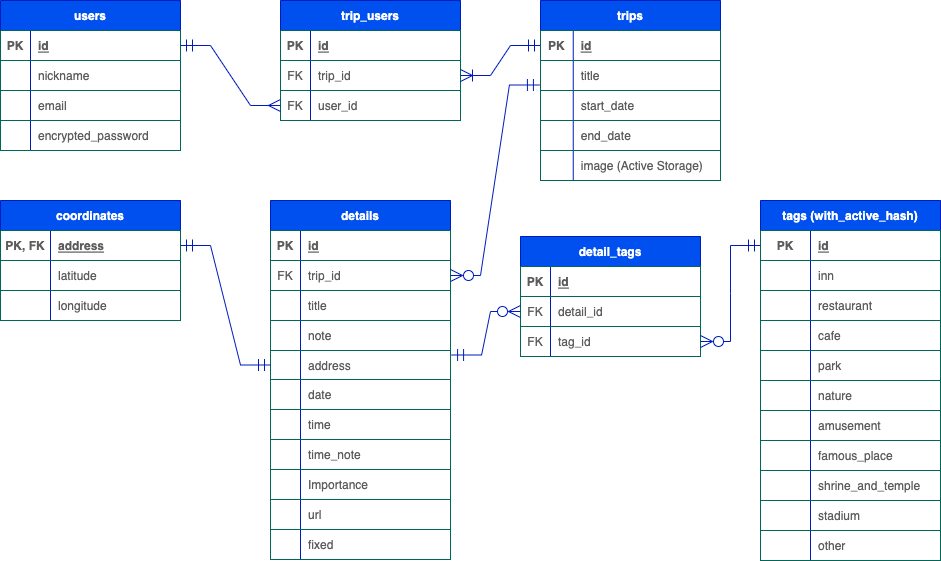
Above: er.png in satomi46/trip_maker (draw.io), before the change. Source tidied: cells renumbered, new cells last; positions are measured from the earlier drawing's top-left corner, leaving out a move shared by most shapes.
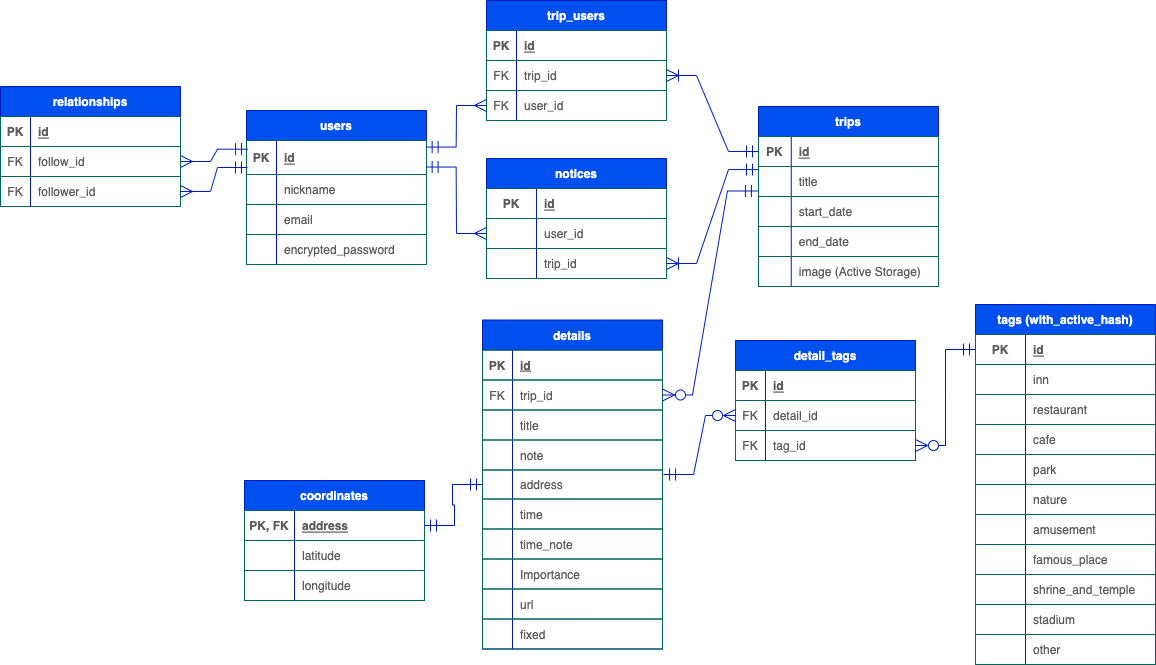
The same diagram one commit later.

Commit message:
noticesモデルの作成とリレーションの記述、ER図の修正

What changed in the source:
```diff
@@ -5,15 +5,15 @@
     <mxCell id="2" value="users" style="shape=table;startSize=30;rowLines=0;fontStyle=1;align=center;rounded=0;fillColor=#0050ef;strokeColor=#001DBC;fontColor=#ffffff;fixDash=0;" parent="1" vertex="1">
-      <mxGeometry width="180" height="150" as="geometry" />
+      <mxGeometry x="206" y="82" width="180" height="154" as="geometry" />
     </mxCell>
     <mxCell id="3" style="shape=tableRow;horizontal=0;startSize=0;swimlaneHead=0;swimlaneBody=0;fillColor=none;points=[[0,0.5],[1,0.5]];portConstraint=eastwest;top=0;left=0;right=0;bottom=1;rounded=0;strokeColor=#006658;fontColor=#5C5C5C;" parent="2" vertex="1">
-      <mxGeometry y="30" width="180" height="30" as="geometry" />
+      <mxGeometry y="30" width="180" height="34" as="geometry" />
     </mxCell>
     <mxCell id="4" value="PK" style="shape=partialRectangle;fillColor=none;top=0;left=0;bottom=0;right=0;fontStyle=1;overflow=hidden;rounded=0;strokeColor=#006658;fontColor=#5C5C5C;" parent="3" vertex="1">
-      <mxGeometry width="30" height="30" as="geometry" />
+      <mxGeometry width="30" height="34" as="geometry" />
     </mxCell>
     <mxCell id="5" value="id" style="shape=partialRectangle;fillColor=none;top=0;left=0;bottom=0;right=0;align=left;spacingLeft=6;fontStyle=5;overflow=hidden;rounded=0;strokeColor=#006658;fontColor=#5C5C5C;" parent="3" vertex="1">
-      <mxGeometry x="30" width="150" height="30" as="geometry" />
+      <mxGeometry x="30" width="150" height="34" as="geometry" />
     </mxCell>
     <mxCell id="6" style="shape=tableRow;horizontal=0;startSize=0;swimlaneHead=0;swimlaneBody=0;fillColor=none;top=0;left=0;right=0;bottom=0;rounded=0;strokeColor=#006658;fontColor=#5C5C5C;" parent="2" vertex="1">
-      <mxGeometry y="60" width="180" height="30" as="geometry" />
+      <mxGeometry y="64" width="180" height="30" as="geometry" />
     </mxCell>
@@ -26,3 +26,3 @@
     <mxCell id="9" style="shape=tableRow;horizontal=0;startSize=0;swimlaneHead=0;swimlaneBody=0;fillColor=none;top=0;left=0;right=0;bottom=0;rounded=0;strokeColor=#006658;fontColor=#5C5C5C;" parent="2" vertex="1">
-      <mxGeometry y="90" width="180" height="30" as="geometry" />
+      <mxGeometry y="94" width="180" height="30" as="geometry" />
     </mxCell>
@@ -35,3 +35,3 @@
     <mxCell id="12" style="shape=tableRow;horizontal=0;startSize=0;swimlaneHead=0;swimlaneBody=0;fillColor=none;top=0;left=0;right=0;bottom=0;rounded=0;strokeColor=#006658;fontColor=#5C5C5C;" parent="2" vertex="1">
-      <mxGeometry y="120" width="180" height="30" as="geometry" />
+      <mxGeometry y="124" width="180" height="30" as="geometry" />
     </mxCell>
@@ -44,3 +44,3 @@
     <mxCell id="15" value="trips" style="shape=table;startSize=30;rowLines=0;fontStyle=1;align=center;rounded=0;fillColor=#0050ef;strokeColor=#001DBC;fontColor=#ffffff;fixDash=0;" parent="1" vertex="1">
-      <mxGeometry x="540" width="180" height="180" as="geometry" />
+      <mxGeometry x="718" y="78" width="180" height="180" as="geometry" />
     </mxCell>
@@ -92,3 +92,3 @@
     <mxCell id="31" value="detail_tags" style="shape=table;startSize=30;rowLines=0;fontStyle=1;align=center;rounded=0;fillColor=#0050ef;strokeColor=#001DBC;fontColor=#ffffff;fixDash=0;" parent="1" vertex="1">
-      <mxGeometry x="520" y="236" width="180" height="120" as="geometry" />
+      <mxGeometry x="695" y="312" width="180" height="120" as="geometry" />
     </mxCell>
@@ -122,3 +122,3 @@
     <mxCell id="41" value="details" style="shape=table;startSize=30;rowLines=0;fontStyle=1;align=center;rounded=0;fillColor=#0050ef;strokeColor=#001DBC;fontColor=#ffffff;fixDash=0;" parent="1" vertex="1">
-      <mxGeometry x="270" y="200" width="180" height="359" as="geometry" />
+      <mxGeometry x="442" y="291.5" width="180" height="329" as="geometry" />
     </mxCell>
@@ -169,13 +169,4 @@
     </mxCell>
-    <mxCell id="57" style="shape=tableRow;horizontal=0;startSize=0;swimlaneHead=0;swimlaneBody=0;fillColor=none;top=0;left=0;right=0;bottom=0;rounded=0;strokeColor=#006658;fontColor=#5C5C5C;" parent="41" vertex="1">
-      <mxGeometry y="179" width="180" height="30" as="geometry" />
-    </mxCell>
-    <mxCell id="58" style="shape=partialRectangle;fillColor=none;top=0;left=0;bottom=0;right=0;overflow=hidden;rounded=0;strokeColor=#006658;fontColor=#5C5C5C;" parent="57" vertex="1">
-      <mxGeometry width="30" height="30" as="geometry" />
-    </mxCell>
-    <mxCell id="59" value="date" style="shape=partialRectangle;fillColor=none;top=0;left=0;bottom=0;right=0;align=left;spacingLeft=6;overflow=hidden;rounded=0;strokeColor=#006658;fontColor=#5C5C5C;" parent="57" vertex="1">
-      <mxGeometry x="30" width="150" height="30" as="geometry" />
-    </mxCell>
     <mxCell id="60" style="shape=tableRow;horizontal=0;startSize=0;swimlaneHead=0;swimlaneBody=0;fillColor=none;top=0;left=0;right=0;bottom=0;rounded=0;strokeColor=#006658;fontColor=#5C5C5C;" parent="41" vertex="1">
-      <mxGeometry y="209" width="180" height="30" as="geometry" />
+      <mxGeometry y="179" width="180" height="30" as="geometry" />
     </mxCell>
@@ -188,3 +179,3 @@
     <mxCell id="63" style="shape=tableRow;horizontal=0;startSize=0;swimlaneHead=0;swimlaneBody=0;fillColor=none;top=0;left=0;right=0;bottom=0;rounded=0;strokeColor=#006658;fontColor=#5C5C5C;" parent="41" vertex="1">
-      <mxGeometry y="239" width="180" height="30" as="geometry" />
+      <mxGeometry y="209" width="180" height="30" as="geometry" />
     </mxCell>
@@ -197,3 +188,3 @@
     <mxCell id="66" style="shape=tableRow;horizontal=0;startSize=0;swimlaneHead=0;swimlaneBody=0;fillColor=none;top=0;left=0;right=0;bottom=0;rounded=0;strokeColor=#006658;fontColor=#5C5C5C;" parent="41" vertex="1">
-      <mxGeometry y="269" width="180" height="30" as="geometry" />
+      <mxGeometry y="239" width="180" height="30" as="geometry" />
     </mxCell>
@@ -206,3 +197,3 @@
     <mxCell id="69" style="shape=tableRow;horizontal=0;startSize=0;swimlaneHead=0;swimlaneBody=0;fillColor=none;top=0;left=0;right=0;bottom=0;rounded=0;strokeColor=#006658;fontColor=#5C5C5C;" parent="41" vertex="1">
-      <mxGeometry y="299" width="180" height="30" as="geometry" />
+      <mxGeometry y="269" width="180" height="30" as="geometry" />
     </mxCell>
@@ -215,3 +206,3 @@
     <mxCell id="72" style="shape=tableRow;horizontal=0;startSize=0;swimlaneHead=0;swimlaneBody=0;fillColor=none;top=0;left=0;right=0;bottom=0;rounded=0;strokeColor=#006658;fontColor=#5C5C5C;" parent="41" vertex="1">
-      <mxGeometry y="329" width="180" height="30" as="geometry" />
+      <mxGeometry y="299" width="180" height="30" as="geometry" />
     </mxCell>
@@ -224,3 +215,3 @@
     <mxCell id="75" value="coordinates" style="shape=table;startSize=30;rowLines=0;fontStyle=1;align=center;rounded=0;fillColor=#0050ef;strokeColor=#001DBC;fontColor=#ffffff;fixDash=0;" parent="1" vertex="1">
-      <mxGeometry y="200" width="180" height="120" as="geometry" />
+      <mxGeometry x="204" y="452" width="180" height="120" as="geometry" />
     </mxCell>
@@ -254,3 +245,3 @@
     <mxCell id="85" value="tags (with_active_hash)" style="shape=table;startSize=30;rowLines=0;fontStyle=1;align=center;rounded=0;fillColor=#0050ef;strokeColor=#001DBC;fontColor=#ffffff;fixDash=0;" parent="1" vertex="1">
-      <mxGeometry x="760" y="200" width="180" height="360" as="geometry" />
+      <mxGeometry x="935" y="276" width="180" height="360" as="geometry" />
     </mxCell>
@@ -356,3 +347,3 @@
     <mxCell id="119" value="trip_users" style="shape=table;startSize=30;rowLines=0;fontStyle=1;align=center;rounded=0;fillColor=#0050ef;strokeColor=#001DBC;fontColor=#ffffff;fixDash=0;" parent="1" vertex="1">
-      <mxGeometry x="280" width="180" height="120" as="geometry" />
+      <mxGeometry x="446" y="-28" width="180" height="120" as="geometry" />
     </mxCell>
@@ -394,3 +385,3 @@
     </mxCell>
-    <mxCell id="132" style="edgeStyle=entityRelationEdgeStyle;rounded=0;jettySize=auto;html=1;exitX=0;exitY=0.5;exitDx=0;exitDy=0;entryX=1;entryY=0.5;entryDx=0;entryDy=0;startArrow=ERmany;startFill=0;endArrow=ERmandOne;endFill=0;startSize=10;endSize=10;targetPerimeterSpacing=0;strokeColor=#001DBC;fontColor=#ffffff;fillColor=#0050ef;fixDash=0;snapToPoint=0;fontSize=12;fontStyle=1;" parent="1" edge="1" source="126" target="3">
+    <mxCell id="132" style="edgeStyle=entityRelationEdgeStyle;rounded=0;jettySize=auto;html=1;exitX=0;exitY=0.5;exitDx=0;exitDy=0;entryX=0.998;entryY=0.193;entryDx=0;entryDy=0;startArrow=ERmany;startFill=0;endArrow=ERmandOne;endFill=0;startSize=10;endSize=10;targetPerimeterSpacing=0;strokeColor=#001DBC;fontColor=#ffffff;fillColor=#0050ef;fixDash=0;snapToPoint=0;fontSize=12;fontStyle=1;entryPerimeter=0;" parent="1" edge="1" source="126" target="3">
       <mxGeometry relative="1" as="geometry" />
@@ -403,2 +394,76 @@
     </mxCell>
+    <mxCell id="135" style="edgeStyle=entityRelationEdgeStyle;rounded=0;jettySize=auto;html=1;exitX=1;exitY=0.5;exitDx=0;exitDy=0;startArrow=ERmany;startFill=0;endArrow=ERmandOne;endFill=0;startSize=10;endSize=10;targetPerimeterSpacing=0;strokeColor=#001DBC;fontColor=#ffffff;fillColor=#0050ef;fixDash=0;snapToPoint=0;fontSize=12;fontStyle=1;entryX=0.006;entryY=0.255;entryDx=0;entryDy=0;entryPerimeter=0;" parent="1" edge="1" source="140" target="3">
+      <mxGeometry relative="1" as="geometry" />
+    </mxCell>
+    <mxCell id="136" value="relationships" style="shape=table;startSize=30;rowLines=0;fontStyle=1;align=center;rounded=0;fillColor=#0050ef;strokeColor=#001DBC;fontColor=#ffffff;fixDash=0;" parent="1" vertex="1">
+      <mxGeometry x="-40" y="58" width="180" height="120" as="geometry" />
+    </mxCell>
+    <mxCell id="137" style="shape=tableRow;horizontal=0;startSize=0;swimlaneHead=0;swimlaneBody=0;fillColor=none;top=0;left=0;right=0;bottom=1;rounded=0;strokeColor=#006658;fontColor=#5C5C5C;" parent="136" vertex="1">
+      <mxGeometry y="30" width="180" height="30" as="geometry" />
+    </mxCell>
+    <mxCell id="138" value="PK" style="shape=partialRectangle;fillColor=none;top=0;left=0;bottom=0;right=0;fontStyle=1;overflow=hidden;rounded=0;strokeColor=#006658;fontColor=#5C5C5C;" parent="137" vertex="1">
+      <mxGeometry width="30" height="30" as="geometry" />
+    </mxCell>
+    <mxCell id="139" value="id" style="shape=partialRectangle;fillColor=none;top=0;left=0;bottom=0;right=0;align=left;spacingLeft=6;fontStyle=5;overflow=hidden;rounded=0;strokeColor=#006658;fontColor=#5C5C5C;" parent="137" vertex="1">
+      <mxGeometry x="30" width="150" height="30" as="geometry" />
+    </mxCell>
+    <mxCell id="140" style="shape=tableRow;horizontal=0;startSize=0;swimlaneHead=0;swimlaneBody=0;fillColor=none;points=[[0,0.5],[1,0.5]];portConstraint=eastwest;top=0;left=0;right=0;bottom=0;rounded=0;strokeColor=#006658;fontColor=#5C5C5C;" parent="136" vertex="1">
+      <mxGeometry y="60" width="180" height="30" as="geometry" />
+    </mxCell>
+    <mxCell id="141" value="FK" style="shape=partialRectangle;fillColor=none;top=0;left=0;bottom=0;right=0;overflow=hidden;rounded=0;strokeColor=#006658;fontColor=#5C5C5C;" parent="140" vertex="1">
+      <mxGeometry width="30" height="30" as="geometry" />
+    </mxCell>
+    <mxCell id="142" value="follow_id" style="shape=partialRectangle;fillColor=none;top=0;left=0;bottom=0;right=0;align=left;spacingLeft=6;overflow=hidden;rounded=0;strokeColor=#006658;fontColor=#5C5C5C;" parent="140" vertex="1">
+      <mxGeometry x="30" width="150" height="30" as="geometry" />
+    </mxCell>
+    <mxCell id="143" style="shape=tableRow;horizontal=0;startSize=0;swimlaneHead=0;swimlaneBody=0;fillColor=none;points=[[0,0.5],[1,0.5]];portConstraint=eastwest;top=0;left=0;right=0;bottom=0;rounded=0;strokeColor=#006658;fontColor=#5C5C5C;" parent="136" vertex="1">
+      <mxGeometry y="90" width="180" height="30" as="geometry" />
+    </mxCell>
+    <mxCell id="144" value="FK" style="shape=partialRectangle;fillColor=none;top=0;left=0;bottom=0;right=0;overflow=hidden;rounded=0;strokeColor=#006658;fontColor=#5C5C5C;" parent="143" vertex="1">
+      <mxGeometry width="30" height="30" as="geometry" />
+    </mxCell>
+    <mxCell id="145" value="follower_id" style="shape=partialRectangle;fillColor=none;top=0;left=0;bottom=0;right=0;align=left;spacingLeft=6;overflow=hidden;rounded=0;strokeColor=#006658;fontColor=#5C5C5C;" parent="143" vertex="1">
+      <mxGeometry x="30" width="150" height="30" as="geometry" />
+    </mxCell>
+    <mxCell id="146" style="edgeStyle=entityRelationEdgeStyle;rounded=0;jettySize=auto;html=1;startArrow=ERmany;startFill=0;endArrow=ERmandOne;endFill=0;startSize=10;endSize=10;targetPerimeterSpacing=0;strokeColor=#001DBC;fontColor=#ffffff;fillColor=#0050ef;fixDash=0;snapToPoint=0;fontSize=12;fontStyle=1;exitX=1;exitY=0.5;exitDx=0;exitDy=0;" parent="1" edge="1" source="143">
+      <mxGeometry relative="1" as="geometry">
+        <mxPoint x="207" y="139" as="targetPoint" />
+      </mxGeometry>
+    </mxCell>
+    <mxCell id="147" value="notices" style="shape=table;startSize=30;rowLines=0;fontStyle=1;align=center;rounded=0;fillColor=#0050ef;strokeColor=#001DBC;fontColor=#ffffff;fixDash=0;" parent="1" vertex="1">
+      <mxGeometry x="446" y="130" width="180" height="120" as="geometry" />
+    </mxCell>
+    <mxCell id="148" style="shape=tableRow;horizontal=0;startSize=0;swimlaneHead=0;swimlaneBody=0;fillColor=none;top=0;left=0;right=0;bottom=1;rounded=0;strokeColor=#006658;fontColor=#5C5C5C;" parent="147" vertex="1">
+      <mxGeometry y="30" width="180" height="30" as="geometry" />
+    </mxCell>
+    <mxCell id="149" value="PK" style="shape=partialRectangle;fillColor=none;top=0;left=0;bottom=0;right=0;fontStyle=1;overflow=hidden;rounded=0;strokeColor=#006658;fontColor=#5C5C5C;" parent="148" vertex="1">
+      <mxGeometry width="50" height="30" as="geometry" />
+    </mxCell>
+    <mxCell id="150" value="id" style="shape=partialRectangle;fillColor=none;top=0;left=0;bottom=0;right=0;align=left;spacingLeft=6;fontStyle=5;overflow=hidden;rounded=0;strokeColor=#006658;fontColor=#5C5C5C;" parent="148" vertex="1">
+      <mxGeometry x="50" width="130" height="30" as="geometry" />
+    </mxCell>
+    <mxCell id="151" style="shape=tableRow;horizontal=0;startSize=0;swimlaneHead=0;swimlaneBody=0;fillColor=none;points=[[0,0.5],[1,0.5]];portConstraint=eastwest;top=0;left=0;right=0;bottom=0;rounded=0;strokeColor=#006658;fontColor=#5C5C5C;" parent="147" vertex="1">
+      <mxGeometry y="60" width="180" height="30" as="geometry" />
+    </mxCell>
+    <mxCell id="152" style="shape=partialRectangle;fillColor=none;top=0;left=0;bottom=0;right=0;overflow=hidden;rounded=0;strokeColor=#006658;fontColor=#5C5C5C;" parent="151" vertex="1">
+      <mxGeometry width="50" height="30" as="geometry" />
+    </mxCell>
+    <mxCell id="153" value="user_id" style="shape=partialRectangle;fillColor=none;top=0;left=0;bottom=0;right=0;align=left;spacingLeft=6;overflow=hidden;rounded=0;strokeColor=#006658;fontColor=#5C5C5C;" parent="151" vertex="1">
+      <mxGeometry x="50" width="130" height="30" as="geometry" />
+    </mxCell>
+    <mxCell id="154" style="shape=tableRow;horizontal=0;startSize=0;swimlaneHead=0;swimlaneBody=0;fillColor=none;points=[[0,0.5],[1,0.5]];portConstraint=eastwest;top=0;left=0;right=0;bottom=0;rounded=0;strokeColor=#006658;fontColor=#5C5C5C;" parent="147" vertex="1">
+      <mxGeometry y="90" width="180" height="30" as="geometry" />
+    </mxCell>
+    <mxCell id="155" style="shape=partialRectangle;fillColor=none;top=0;left=0;bottom=0;right=0;overflow=hidden;rounded=0;strokeColor=#006658;fontColor=#5C5C5C;" parent="154" vertex="1">
+      <mxGeometry width="50" height="30" as="geometry" />
+    </mxCell>
+    <mxCell id="156" value="trip_id" style="shape=partialRectangle;fillColor=none;top=0;left=0;bottom=0;right=0;align=left;spacingLeft=6;overflow=hidden;rounded=0;strokeColor=#006658;fontColor=#5C5C5C;" parent="154" vertex="1">
+      <mxGeometry x="50" width="130" height="30" as="geometry" />
+    </mxCell>
+    <mxCell id="157" style="edgeStyle=entityRelationEdgeStyle;rounded=0;jettySize=auto;html=1;exitX=1;exitY=0.5;exitDx=0;exitDy=0;startArrow=ERoneToMany;startFill=0;endArrow=ERmandOne;endFill=0;startSize=10;endSize=10;targetPerimeterSpacing=0;strokeColor=#001DBC;fontColor=#ffffff;fillColor=#0050ef;fixDash=0;snapToPoint=0;fontSize=12;fontStyle=1;entryX=0;entryY=0.102;entryDx=0;entryDy=0;entryPerimeter=0;" parent="1" edge="1" source="154" target="19">
+      <mxGeometry relative="1" as="geometry" />
+    </mxCell>
+    <mxCell id="158" style="edgeStyle=entityRelationEdgeStyle;rounded=0;jettySize=auto;html=1;entryX=0.998;entryY=0.781;entryDx=0;entryDy=0;startArrow=ERmany;startFill=0;endArrow=ERmandOne;endFill=0;startSize=10;endSize=10;targetPerimeterSpacing=0;strokeColor=#001DBC;fontColor=#ffffff;fillColor=#0050ef;fixDash=0;snapToPoint=0;fontSize=12;fontStyle=1;entryPerimeter=0;exitX=0;exitY=0.5;exitDx=0;exitDy=0;" parent="1" edge="1" source="151" target="3">
+      <mxGeometry relative="1" as="geometry" />
+    </mxCell>
   </root>
```
